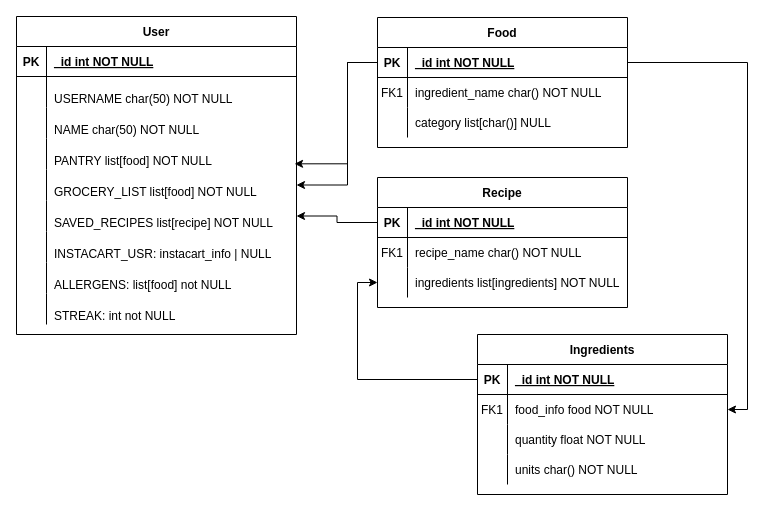
Before: documentation/Untitled Diagram.drawio in 4BitsInANibble/4Bits, a draw.io diagram. Source tidied: cells renumbered, new cells numbered last; positions are measured from the earlier drawing's top-left corner, leaving out a move shared by most shapes. Both pictures are drawn from the tidied source at 100%, with x=0, y=0 at pixel (16, 16).
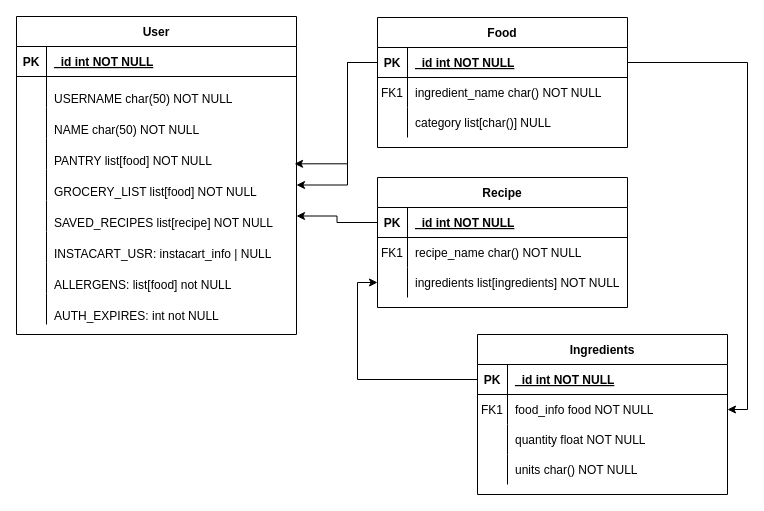
Above is the later version.

Commit message:
Updated ERD for exp field in user

The change refers to these unchanged cells:
```xml
<mxCell id="47" style="shape=partialRectangle;fillColor=none;top=0;left=0;right=0;bottom=0;" parent="22" vertex="1">
  <mxGeometry y="277" width="280" height="31" as="geometry" />
</mxCell>
```

Diff of the diagram source:
```diff
@@
-    <mxCell id="49" value="&#10;STREAK: int not NULL&#10;" style="shape=partialRectangle;overflow=hidden;fillColor=none;top=0;left=0;bottom=0;right=0;align=left;spacingLeft=6;" parent="47" vertex="1">
+    <mxCell id="49" value="&#10;AUTH_EXPIRES: int not NULL&#10;" style="shape=partialRectangle;overflow=hidden;fillColor=none;top=0;left=0;bottom=0;right=0;align=left;spacingLeft=6;" parent="47" vertex="1">
       <mxGeometry x="30" width="250" height="31" as="geometry" />
     </mxCell>
```
